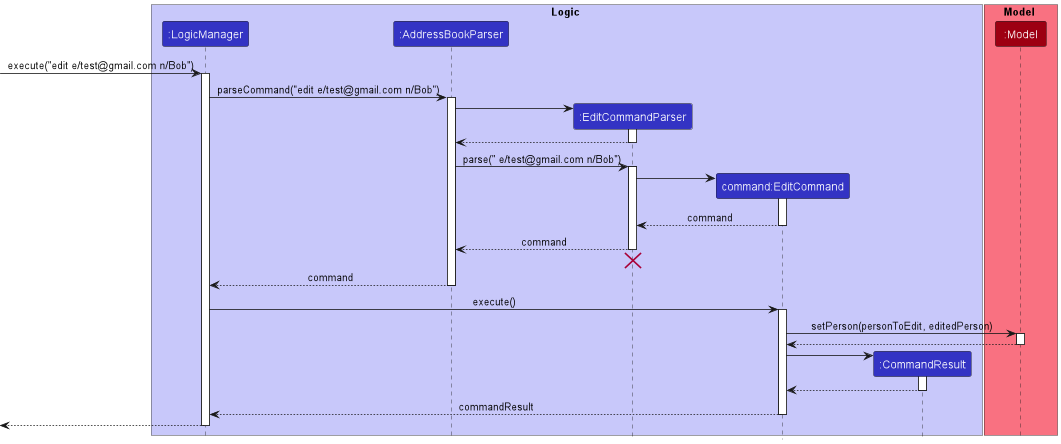
Before: docs/images/EditSequenceDiagram.png, a diagram exported from PlantUML (nus-cs2103-AY2223S1/tp).
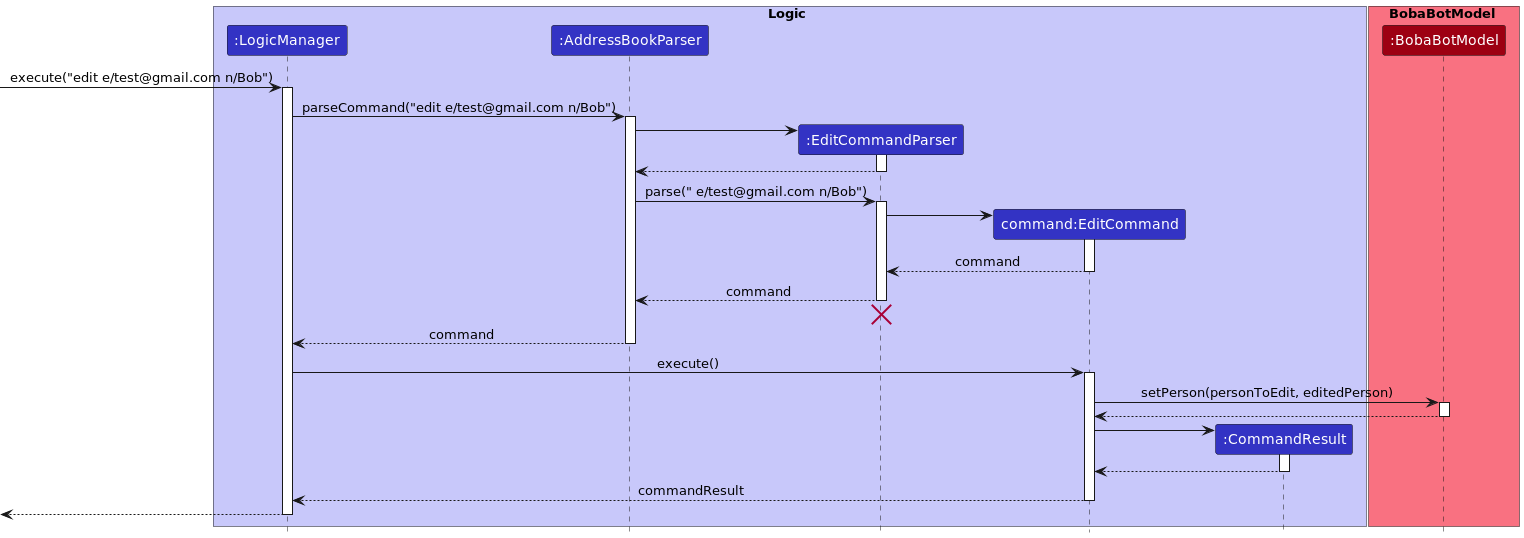
After the change.

What changed in the source:
```diff
@@ -9,8 +9,8 @@
 participant ":CommandResult" as CommandResult LOGIC_COLOR
 end box
 
-box Model MODEL_COLOR_T1
-participant ":Model" as Model MODEL_COLOR
+box BobaBotModel MODEL_COLOR_T1
+participant ":BobaBotModel" as BobaBotModel MODEL_COLOR
 end box
 
 [-> LogicManager : execute("edit e/test@gmail.com n/Bob")
@@ -46,11 +46,11 @@
 LogicManager -> EditCommand : execute()
 activate EditCommand
 
-EditCommand -> Model : setPerson(personToEdit, editedPerson)
-activate Model
+EditCommand -> BobaBotModel : setPerson(personToEdit, editedPerson)
+activate BobaBotModel
 
-Model --> EditCommand
-deactivate Model
+BobaBotModel --> EditCommand
+deactivate BobaBotModel
 
 create CommandResult
 EditCommand -> CommandResult
```
